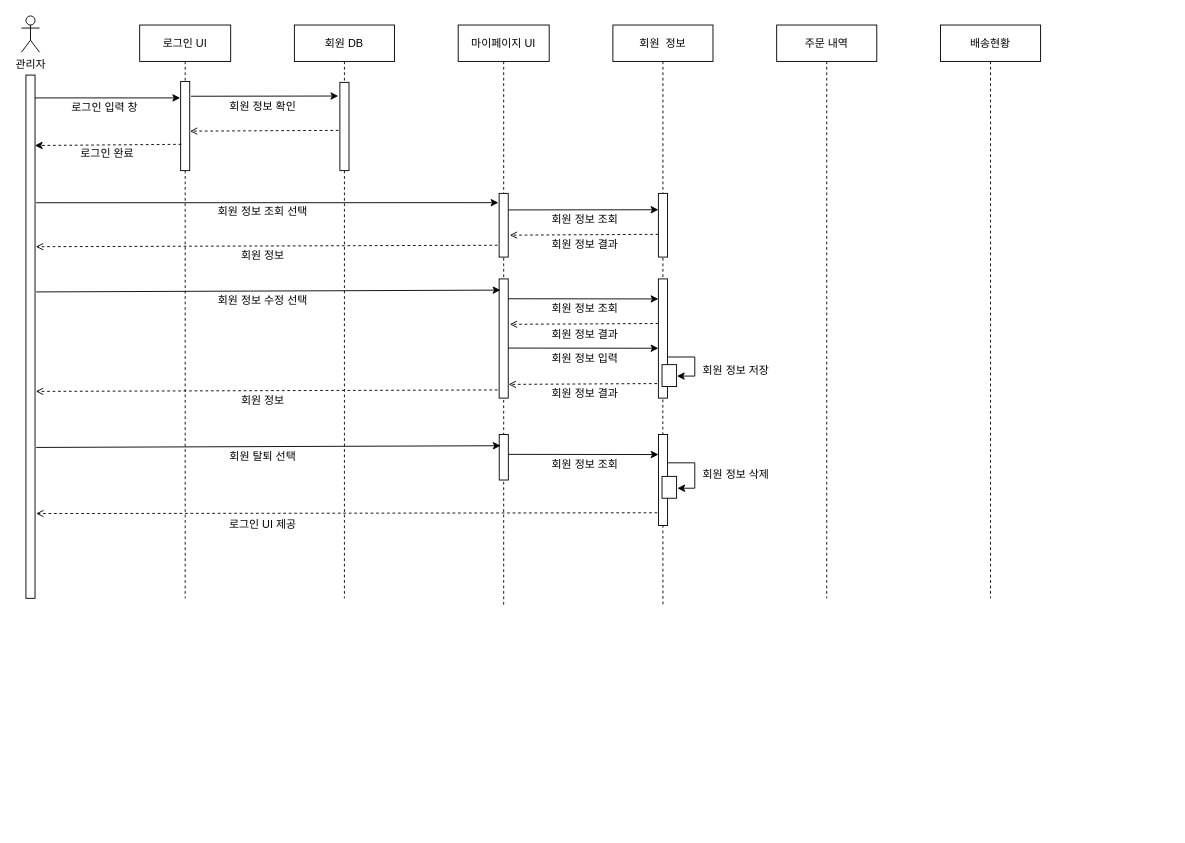
This is Untitled Diagram.drawio from itsdam/JAVA, a draw.io file, before an edit. Source tidied: cells renumbered, new cells numbered last; positions are measured from the earlier drawing's top-left corner, leaving out a move shared by most shapes. Both pictures are drawn from the tidied source at 91%, with x=0, y=0 at pixel (21, 15).
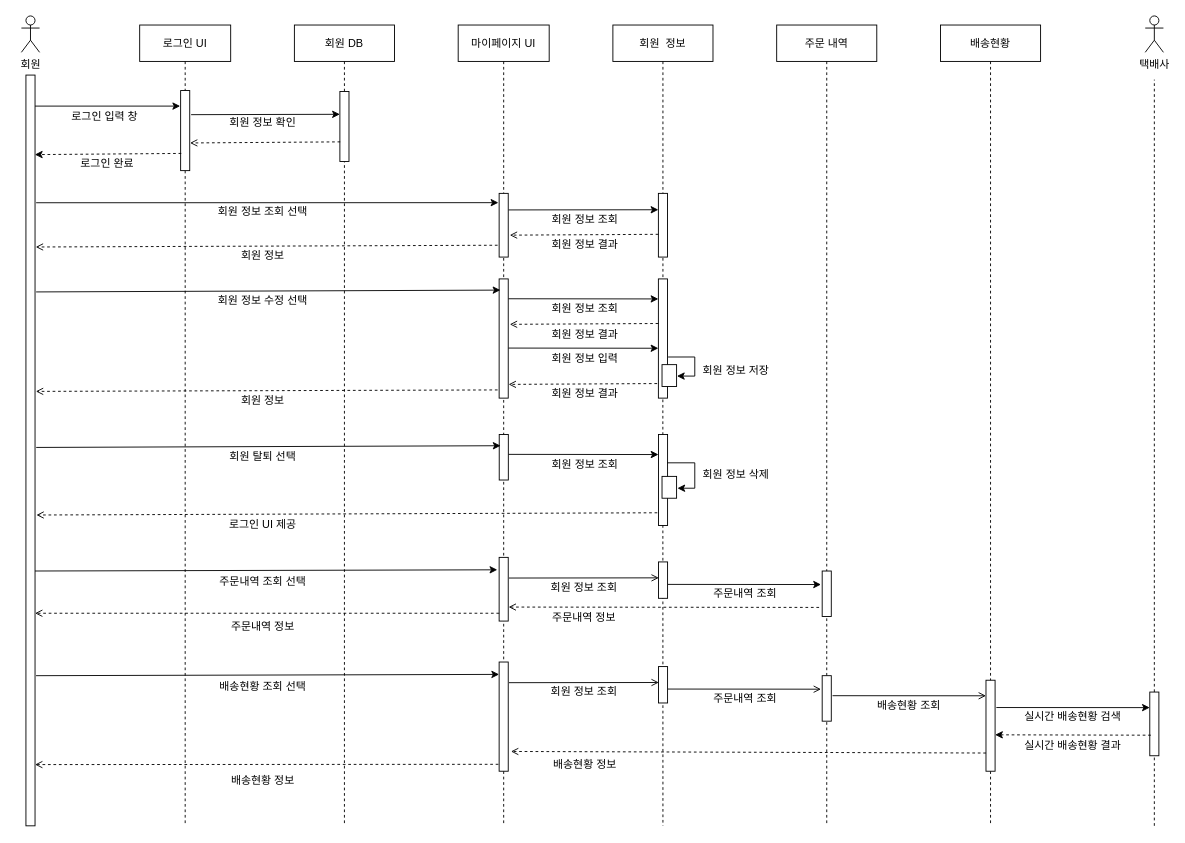
The same page after the edit.

What changed in the source:
```diff
@@
     <mxCell id="8" value="로그인 UI" style="shape=umlLifeline;perimeter=lifelinePerimeter;rounded=0;shadow=0;strokeWidth=1;" parent="1" vertex="1">
-      <mxGeometry x="130" y="10" width="100" height="630" as="geometry" />
+      <mxGeometry x="130" y="10" width="100" height="880" as="geometry" />
     </mxCell>
     <mxCell id="9" style="points=[];perimeter=orthogonalPerimeter;rounded=0;shadow=0;strokeWidth=1;" parent="8" vertex="1">
-      <mxGeometry x="45" y="62" width="10" height="98" as="geometry" />
+      <mxGeometry x="45" y="72" width="10" height="88" as="geometry" />
     </mxCell>
     <mxCell id="10" value="로그인 입력 창&amp;nbsp;" style="text;html=1;align=center;verticalAlign=middle;strokeColor=none;fillColor=none;" parent="8" vertex="1">
-      <mxGeometry x="-87" y="81" width="100" height="20" as="geometry" />
+      <mxGeometry x="-87" y="91" width="100" height="20" as="geometry" />
     </mxCell>
     <mxCell id="11" value="마이페이지 UI" style="shape=umlLifeline;perimeter=lifelinePerimeter;rounded=0;shadow=0;strokeWidth=1;" parent="1" vertex="1">
-      <mxGeometry x="480" y="10" width="100" height="640" as="geometry" />
+      <mxGeometry x="480" y="10" width="100" height="880" as="geometry" />
     </mxCell>
@@
-    <mxCell id="13" style="endArrow=open;html=1;rounded=0;dashed=1;endFill=0;exitX=-0.141;exitY=0.544;exitDx=0;exitDy=0;exitPerimeter=0;entryX=1.086;entryY=0.328;entryDx=0;entryDy=0;entryPerimeter=0;" parent="11" edge="1" target="16">
+    <mxCell id="13" style="endArrow=open;html=1;rounded=0;dashed=1;endFill=0;exitX=-0.141;exitY=0.544;exitDx=0;exitDy=0;exitPerimeter=0;entryX=1.078;entryY=0.229;entryDx=0;entryDy=0;entryPerimeter=0;" parent="11" edge="1" target="16">
       <mxGeometry relative="1" as="geometry">
         <mxPoint x="43.3" y="242" as="sourcePoint" />
       </mxGeometry>
     </mxCell>
+    <mxCell id="59" style="endArrow=classic;html=1;rounded=0;exitX=1.116;exitY=0.27;exitDx=0;exitDy=0;exitPerimeter=0;entryX=-0.199;entryY=0.195;entryDx=0;entryDy=0;entryPerimeter=0;" parent="11" edge="1" target="60">
+      <mxGeometry relative="1" as="geometry">
+        <mxPoint x="-470" y="600" as="sourcePoint" />
+      </mxGeometry>
+    </mxCell>
+    <mxCell id="60" style="points=[];perimeter=orthogonalPerimeter;rounded=0;shadow=0;strokeWidth=1;" parent="11" vertex="1">
+      <mxGeometry x="45" y="585" width="10" height="70" as="geometry" />
+    </mxCell>
-    <mxCell id="14" value="관리자" style="shape=umlActor;verticalLabelPosition=bottom;verticalAlign=top;html=1;" parent="1" vertex="1">
+    <mxCell id="14" value="회원" style="shape=umlActor;verticalLabelPosition=bottom;verticalAlign=top;html=1;" parent="1" vertex="1">
       <mxGeometry width="20" height="40" as="geometry" />
     </mxCell>
@@
     <mxCell id="16" style="points=[];perimeter=orthogonalPerimeter;rounded=0;shadow=0;strokeWidth=1;" parent="1" vertex="1">
-      <mxGeometry x="5" y="65" width="10" height="575" as="geometry" />
+      <mxGeometry x="5" y="65" width="10" height="825" as="geometry" />
     </mxCell>
     <mxCell id="17" style="endArrow=classic;html=1;rounded=0;exitX=1.5;exitY=0.075;exitDx=0;exitDy=0;exitPerimeter=0;" parent="1" edge="1">
       <mxGeometry relative="1" as="geometry">
-        <mxPoint x="15" y="90.1" as="sourcePoint" />
-        <mxPoint x="174.5" y="90.1" as="targetPoint" />
+        <mxPoint x="15" y="99.1" as="sourcePoint" />
+        <mxPoint x="174.5" y="99.1" as="targetPoint" />
       </mxGeometry>
     </mxCell>
     <mxCell id="18" value="회원 DB" style="shape=umlLifeline;perimeter=lifelinePerimeter;rounded=0;shadow=0;strokeWidth=1;" parent="1" vertex="1">
-      <mxGeometry x="300" y="10" width="110" height="630" as="geometry" />
+      <mxGeometry x="300" y="10" width="110" height="880" as="geometry" />
     </mxCell>
     <mxCell id="19" style="points=[];perimeter=orthogonalPerimeter;rounded=0;shadow=0;strokeWidth=1;" parent="18" vertex="1">
-      <mxGeometry x="50" y="63" width="10" height="97" as="geometry" />
+      <mxGeometry x="50" y="73" width="10" height="77" as="geometry" />
     </mxCell>
+    <mxCell id="61" style="endArrow=open;html=1;rounded=0;dashed=1;endFill=0;exitX=-0.141;exitY=0.544;exitDx=0;exitDy=0;exitPerimeter=0;" parent="18" edge="1" target="16">
+      <mxGeometry relative="1" as="geometry">
+        <mxPoint x="225" y="646.4" as="sourcePoint" />
+      </mxGeometry>
+    </mxCell>
-    <mxCell id="20" style="endArrow=classic;html=1;rounded=0;exitX=1.143;exitY=0.166;exitDx=0;exitDy=0;exitPerimeter=0;entryX=-0.177;entryY=0.155;entryDx=0;entryDy=0;entryPerimeter=0;" parent="1" edge="1" source="9" target="19">
-      <mxGeometry relative="1" as="geometry" />
+    <mxCell id="20" style="endArrow=classic;html=1;rounded=0;entryX=-0.044;entryY=0.196;entryDx=0;entryDy=0;entryPerimeter=0;exitX=1.102;exitY=0.188;exitDx=0;exitDy=0;exitPerimeter=0;" parent="18" edge="1">
+      <mxGeometry relative="1" as="geometry">
+        <mxPoint x="-113.5" y="98.5" as="sourcePoint" />
+        <mxPoint x="50" y="98.1" as="targetPoint" />
+      </mxGeometry>
     </mxCell>
     <mxCell id="21" value="회원 정보 확인" style="text;html=1;align=center;verticalAlign=middle;strokeColor=none;fillColor=none;" parent="1" vertex="1">
-      <mxGeometry x="220" y="90" width="90" height="20" as="geometry" />
+      <mxGeometry x="220" y="108" width="90" height="20" as="geometry" />
     </mxCell>
-    <mxCell id="22" style="endArrow=open;html=1;rounded=0;dashed=1;entryX=1.03;entryY=0.253;entryDx=0;entryDy=0;entryPerimeter=0;endFill=0;exitX=-0.141;exitY=0.544;exitDx=0;exitDy=0;exitPerimeter=0;" parent="1" edge="1" source="19">
+    <mxCell id="22" style="endArrow=open;html=1;rounded=0;dashed=1;entryX=1.03;entryY=0.253;entryDx=0;entryDy=0;entryPerimeter=0;endFill=0;exitX=0.044;exitY=0.68;exitDx=0;exitDy=0;exitPerimeter=0;" parent="1" edge="1">
       <mxGeometry relative="1" as="geometry">
-        <mxPoint x="185.3" y="126.6" as="targetPoint" />
+        <mxPoint x="350.4" y="138.4" as="sourcePoint" />
+        <mxPoint x="185.3" y="139.6" as="targetPoint" />
       </mxGeometry>
     </mxCell>
     <mxCell id="23" style="endArrow=classic;html=1;rounded=0;exitX=0.065;exitY=0.242;exitDx=0;exitDy=0;exitPerimeter=0;entryX=0.975;entryY=0.234;entryDx=0;entryDy=0;entryPerimeter=0;dashed=1;endFill=1;" parent="1" edge="1">
       <mxGeometry relative="1" as="geometry">
-        <mxPoint x="175.7" y="141.1" as="sourcePoint" />
-        <mxPoint x="14.8" y="142.4" as="targetPoint" />
+        <mxPoint x="175.7" y="151.1" as="sourcePoint" />
+        <mxPoint x="14.8" y="152.4" as="targetPoint" />
       </mxGeometry>
     </mxCell>
@@
     <mxCell id="26" value="로그인 완료" style="text;html=1;align=center;verticalAlign=middle;strokeColor=none;fillColor=none;" parent="1" vertex="1">
-      <mxGeometry x="54" y="142" width="80" height="20" as="geometry" />
+      <mxGeometry x="54" y="152" width="80" height="20" as="geometry" />
     </mxCell>
     <mxCell id="27" value="주문 내역" style="shape=umlLifeline;perimeter=lifelinePerimeter;rounded=0;shadow=0;strokeWidth=1;" parent="1" vertex="1">
-      <mxGeometry x="830" y="10" width="110" height="630" as="geometry" />
+      <mxGeometry x="830" y="10" width="110" height="880" as="geometry" />
     </mxCell>
+    <mxCell id="62" style="points=[];perimeter=orthogonalPerimeter;rounded=0;shadow=0;strokeWidth=1;" parent="27" vertex="1">
+      <mxGeometry x="50" y="600" width="10" height="50" as="geometry" />
+    </mxCell>
+    <mxCell id="63" style="endArrow=classic;html=1;rounded=0;entryX=-0.131;entryY=0.297;entryDx=0;entryDy=0;entryPerimeter=0;exitX=1.022;exitY=0.36;exitDx=0;exitDy=0;exitPerimeter=0;endFill=1;" parent="27" edge="1" target="62">
+      <mxGeometry relative="1" as="geometry">
+        <mxPoint x="-119.9" y="614.7" as="sourcePoint" />
+      </mxGeometry>
+    </mxCell>
     <mxCell id="28" value="배송현황" style="shape=umlLifeline;perimeter=lifelinePerimeter;rounded=0;shadow=0;strokeWidth=1;" parent="1" vertex="1">
-      <mxGeometry x="1010" y="10" width="110" height="630" as="geometry" />
+      <mxGeometry x="1010" y="10" width="110" height="880" as="geometry" />
     </mxCell>
+    <mxCell id="64" style="perimeter=orthogonalPerimeter;rounded=0;shadow=0;strokeWidth=1;" parent="28" vertex="1">
+      <mxGeometry x="50" y="720" width="10" height="100" as="geometry" />
+    </mxCell>
+    <mxCell id="65" style="endArrow=open;html=1;rounded=0;entryX=-0.131;entryY=0.297;entryDx=0;entryDy=0;entryPerimeter=0;exitX=1.022;exitY=0.36;exitDx=0;exitDy=0;exitPerimeter=0;endFill=0;" parent="28" edge="1">
+      <mxGeometry relative="1" as="geometry">
+        <mxPoint x="-118.6" y="737" as="sourcePoint" />
+        <mxPoint x="50" y="737.1" as="targetPoint" />
+      </mxGeometry>
+    </mxCell>
+    <mxCell id="66" style="endArrow=open;html=1;rounded=0;dashed=1;endFill=0;exitX=-0.141;exitY=0.544;exitDx=0;exitDy=0;exitPerimeter=0;entryX=1.3;entryY=0.819;entryDx=0;entryDy=0;entryPerimeter=0;" parent="28" edge="1" target="76">
+      <mxGeometry relative="1" as="geometry">
+        <mxPoint x="50" y="800" as="sourcePoint" />
+      </mxGeometry>
+    </mxCell>
@@
     <mxCell id="38" style="endArrow=none;html=1;rounded=0;dashed=1;endFill=0;exitX=0.689;exitY=1.019;exitDx=0;exitDy=0;exitPerimeter=0;" parent="1" edge="1">
       <mxGeometry relative="1" as="geometry">
         <mxPoint x="704.9" y="421.5" as="sourcePoint" />
-        <mxPoint x="705" y="649" as="targetPoint" />
+        <mxPoint x="705" y="890" as="targetPoint" />
       </mxGeometry>
     </mxCell>
@@
-    <mxCell id="56" style="endArrow=open;html=1;rounded=0;dashed=1;entryX=1.122;entryY=0.838;entryDx=0;entryDy=0;entryPerimeter=0;endFill=0;exitX=-0.141;exitY=0.544;exitDx=0;exitDy=0;exitPerimeter=0;" parent="1" edge="1" target="16">
+    <mxCell id="56" style="endArrow=open;html=1;rounded=0;dashed=1;entryX=1.151;entryY=0.586;entryDx=0;entryDy=0;entryPerimeter=0;endFill=0;exitX=-0.141;exitY=0.544;exitDx=0;exitDy=0;exitPerimeter=0;" parent="1" edge="1" target="16">
       <mxGeometry relative="1" as="geometry">
         <mxPoint x="698.8" y="546" as="sourcePoint" />
       </mxGeometry>
     </mxCell>
@@
+    <mxCell id="67" value="주문내역 조회 선택" style="text;html=1;align=center;verticalAlign=middle;strokeColor=none;fillColor=none;" parent="1" vertex="1">
+      <mxGeometry x="205.1" y="612" width="120" height="20" as="geometry" />
+    </mxCell>
+    <mxCell id="68" style="perimeter=orthogonalPerimeter;rounded=0;shadow=0;strokeWidth=1;" parent="1" vertex="1">
+      <mxGeometry x="700.1" y="600" width="10" height="40" as="geometry" />
+    </mxCell>
+    <mxCell id="69" style="endArrow=open;html=1;rounded=0;entryX=-0.177;entryY=0.155;entryDx=0;entryDy=0;entryPerimeter=0;exitX=1.022;exitY=0.36;exitDx=0;exitDy=0;exitPerimeter=0;endFill=0;" parent="1" edge="1">
+      <mxGeometry relative="1" as="geometry">
+        <mxPoint x="535.8" y="617.7" as="sourcePoint" />
+        <mxPoint x="700.5" y="617.5" as="targetPoint" />
+      </mxGeometry>
+    </mxCell>
+    <mxCell id="70" value="회원 정보 조회" style="text;html=1;align=center;verticalAlign=middle;strokeColor=none;fillColor=none;" parent="1" vertex="1">
+      <mxGeometry x="572.5" y="617.5" width="90" height="20" as="geometry" />
+    </mxCell>
+    <mxCell id="71" value="주문내역 조회" style="text;html=1;align=center;verticalAlign=middle;strokeColor=none;fillColor=none;" parent="1" vertex="1">
+      <mxGeometry x="750" y="625" width="90" height="20" as="geometry" />
+    </mxCell>
+    <mxCell id="72" style="endArrow=open;html=1;rounded=0;dashed=1;endFill=0;exitX=-0.141;exitY=0.544;exitDx=0;exitDy=0;exitPerimeter=0;entryX=1.043;entryY=0.78;entryDx=0;entryDy=0;entryPerimeter=0;" parent="1" edge="1" target="60">
+      <mxGeometry relative="1" as="geometry">
+        <mxPoint x="876.6" y="650" as="sourcePoint" />
+      </mxGeometry>
+    </mxCell>
+    <mxCell id="73" value="주문내역 정보" style="text;html=1;align=center;verticalAlign=middle;strokeColor=none;fillColor=none;" parent="1" vertex="1">
+      <mxGeometry x="572.5" y="651" width="90" height="20" as="geometry" />
+    </mxCell>
+    <mxCell id="74" value="주문내역 정보" style="text;html=1;align=center;verticalAlign=middle;strokeColor=none;fillColor=none;" parent="1" vertex="1">
+      <mxGeometry x="220" y="661" width="90" height="20" as="geometry" />
+    </mxCell>
+    <mxCell id="75" style="endArrow=classic;html=1;rounded=0;entryX=-0.199;entryY=0.195;entryDx=0;entryDy=0;entryPerimeter=0;exitX=1.111;exitY=0.8;exitDx=0;exitDy=0;exitPerimeter=0;" parent="1" edge="1" source="16">
+      <mxGeometry relative="1" as="geometry">
+        <mxPoint x="525" y="723.6" as="targetPoint" />
+      </mxGeometry>
+    </mxCell>
+    <mxCell id="76" style="points=[];perimeter=orthogonalPerimeter;rounded=0;shadow=0;strokeWidth=1;" parent="1" vertex="1">
+      <mxGeometry x="525" y="710" width="10" height="120" as="geometry" />
+    </mxCell>
+    <mxCell id="77" style="points=[];perimeter=orthogonalPerimeter;rounded=0;shadow=0;strokeWidth=1;" parent="1" vertex="1">
+      <mxGeometry x="880" y="725" width="10" height="50" as="geometry" />
+    </mxCell>
+    <mxCell id="78" style="endArrow=open;html=1;rounded=0;entryX=-0.131;entryY=0.297;entryDx=0;entryDy=0;entryPerimeter=0;exitX=1.022;exitY=0.36;exitDx=0;exitDy=0;exitPerimeter=0;endFill=0;" parent="1" edge="1" target="77">
+      <mxGeometry relative="1" as="geometry">
+        <mxPoint x="710.1" y="739.7" as="sourcePoint" />
+      </mxGeometry>
+    </mxCell>
+    <mxCell id="79" value="배송현황 조회 선택" style="text;html=1;align=center;verticalAlign=middle;strokeColor=none;fillColor=none;" parent="1" vertex="1">
+      <mxGeometry x="205.1" y="727" width="120" height="20" as="geometry" />
+    </mxCell>
+    <mxCell id="80" style="perimeter=orthogonalPerimeter;rounded=0;shadow=0;strokeWidth=1;" parent="1" vertex="1">
+      <mxGeometry x="700.1" y="715" width="10" height="40" as="geometry" />
+    </mxCell>
+    <mxCell id="81" style="endArrow=open;html=1;rounded=0;entryX=-0.177;entryY=0.155;entryDx=0;entryDy=0;entryPerimeter=0;exitX=1.022;exitY=0.36;exitDx=0;exitDy=0;exitPerimeter=0;endFill=0;" parent="1" edge="1">
+      <mxGeometry relative="1" as="geometry">
+        <mxPoint x="535.8" y="732.7" as="sourcePoint" />
+        <mxPoint x="700.5" y="732.5" as="targetPoint" />
+      </mxGeometry>
+    </mxCell>
+    <mxCell id="82" value="회원 정보 조회" style="text;html=1;align=center;verticalAlign=middle;strokeColor=none;fillColor=none;" parent="1" vertex="1">
+      <mxGeometry x="572.5" y="732.5" width="90" height="20" as="geometry" />
+    </mxCell>
+    <mxCell id="83" value="주문내역 조회" style="text;html=1;align=center;verticalAlign=middle;strokeColor=none;fillColor=none;" parent="1" vertex="1">
+      <mxGeometry x="750" y="740" width="90" height="20" as="geometry" />
+    </mxCell>
+    <mxCell id="84" value="배송현황 조회" style="text;html=1;align=center;verticalAlign=middle;strokeColor=none;fillColor=none;" parent="1" vertex="1">
+      <mxGeometry x="930" y="748" width="90" height="20" as="geometry" />
+    </mxCell>
+    <mxCell id="85" value="택배사" style="shape=umlActor;verticalLabelPosition=bottom;verticalAlign=top;html=1;" parent="1" vertex="1">
+      <mxGeometry x="1235" width="20" height="40" as="geometry" />
+    </mxCell>
+    <mxCell id="86" style="endArrow=none;dashed=1;html=1;rounded=0;startArrow=none;" parent="1" edge="1" source="87">
+      <mxGeometry relative="1" as="geometry">
+        <mxPoint x="1245" y="70" as="targetPoint" />
+      </mxGeometry>
+    </mxCell>
+    <mxCell id="87" style="points=[];perimeter=orthogonalPerimeter;rounded=0;shadow=0;strokeWidth=1;" parent="1" vertex="1">
+      <mxGeometry x="1240" y="743" width="10" height="70" as="geometry" />
+    </mxCell>
+    <mxCell id="88" style="endArrow=none;dashed=1;html=1;rounded=0;startArrow=none;" parent="1" edge="1" target="87">
+      <mxGeometry relative="1" as="geometry">
+        <mxPoint x="1245" y="890" as="sourcePoint" />
+      </mxGeometry>
+    </mxCell>
+    <mxCell id="89" style="endArrow=classic;html=1;rounded=0;entryX=-0.131;entryY=0.297;entryDx=0;entryDy=0;entryPerimeter=0;exitX=1.022;exitY=0.36;exitDx=0;exitDy=0;exitPerimeter=0;endFill=1;" parent="1" edge="1">
+      <mxGeometry relative="1" as="geometry">
+        <mxPoint x="1071.4" y="760" as="sourcePoint" />
+        <mxPoint x="1240" y="760.1" as="targetPoint" />
+      </mxGeometry>
+    </mxCell>
+    <mxCell id="90" value="실시간 배송현황 검색" style="text;html=1;align=center;verticalAlign=middle;strokeColor=none;fillColor=none;" parent="1" vertex="1">
+      <mxGeometry x="1090" y="760" width="130" height="20" as="geometry" />
+    </mxCell>
+    <mxCell id="91" style="endArrow=classic;html=1;rounded=0;dashed=1;endFill=1;exitX=-0.141;exitY=0.544;exitDx=0;exitDy=0;exitPerimeter=0;" parent="1" edge="1">
+      <mxGeometry relative="1" as="geometry">
+        <mxPoint x="1241.2" y="790.4" as="sourcePoint" />
+        <mxPoint x="1070" y="790" as="targetPoint" />
+      </mxGeometry>
+    </mxCell>
+    <mxCell id="92" value="실시간 배송현황 결과" style="text;html=1;align=center;verticalAlign=middle;strokeColor=none;fillColor=none;" parent="1" vertex="1">
+      <mxGeometry x="1090" y="792" width="130" height="20" as="geometry" />
+    </mxCell>
+    <mxCell id="93" value="배송현황 정보" style="text;html=1;align=center;verticalAlign=middle;strokeColor=none;fillColor=none;" parent="1" vertex="1">
+      <mxGeometry x="574" y="813" width="90" height="20" as="geometry" />
+    </mxCell>
+    <mxCell id="94" style="endArrow=open;html=1;rounded=0;dashed=1;endFill=0;exitX=-0.141;exitY=0.544;exitDx=0;exitDy=0;exitPerimeter=0;entryX=1.081;entryY=0.692;entryDx=0;entryDy=0;entryPerimeter=0;" parent="1" edge="1">
+      <mxGeometry relative="1" as="geometry">
+        <mxPoint x="524.2" y="822.4" as="sourcePoint" />
+        <mxPoint x="15" y="822.7" as="targetPoint" />
+      </mxGeometry>
+    </mxCell>
+    <mxCell id="95" value="배송현황 정보" style="text;html=1;align=center;verticalAlign=middle;strokeColor=none;fillColor=none;" parent="1" vertex="1">
+      <mxGeometry x="220" y="830" width="90" height="20" as="geometry" />
+    </mxCell>
```
